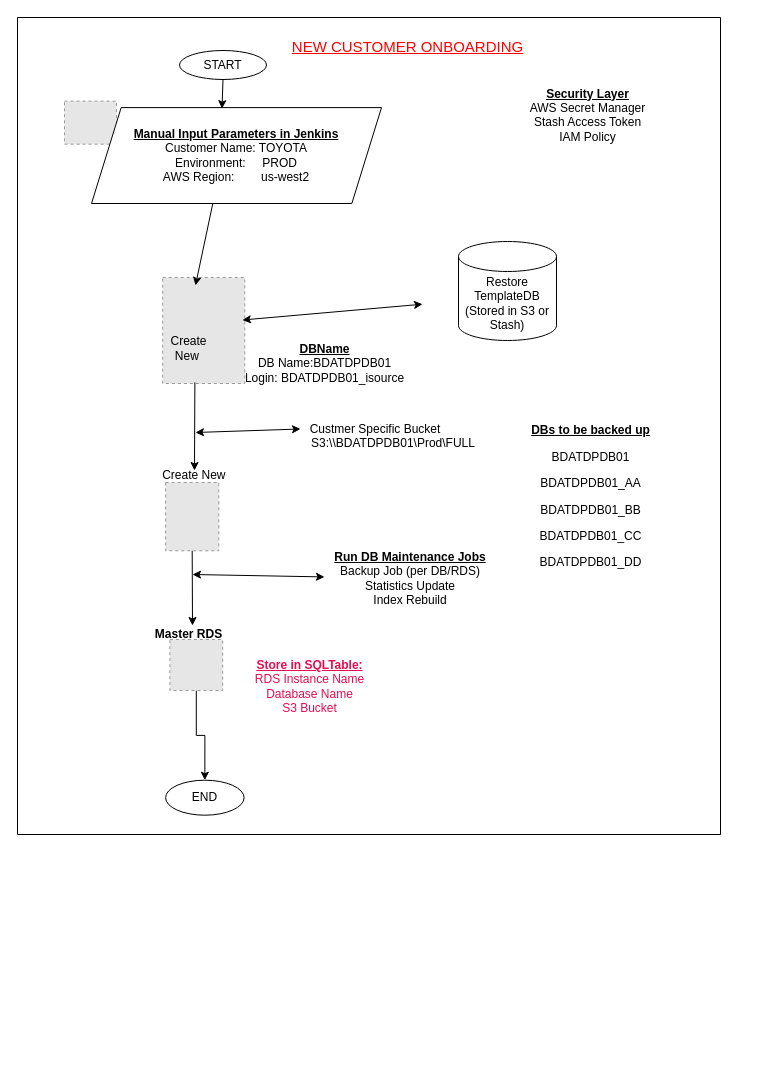
Ravi1983-dev/devopsdemo keeps this draw.io diagram as Untitled Diagram.drawio. Above is the earlier version. Source tidied: cells renumbered, new cells numbered last; positions are measured from the earlier drawing's top-left corner, leaving out a move shared by most shapes. Both pictures are drawn from the tidied source at 100%, with x=0, y=0 at pixel (17, 17). Pictures stored in the file or linked from it are replaced by grey dashed boxes.
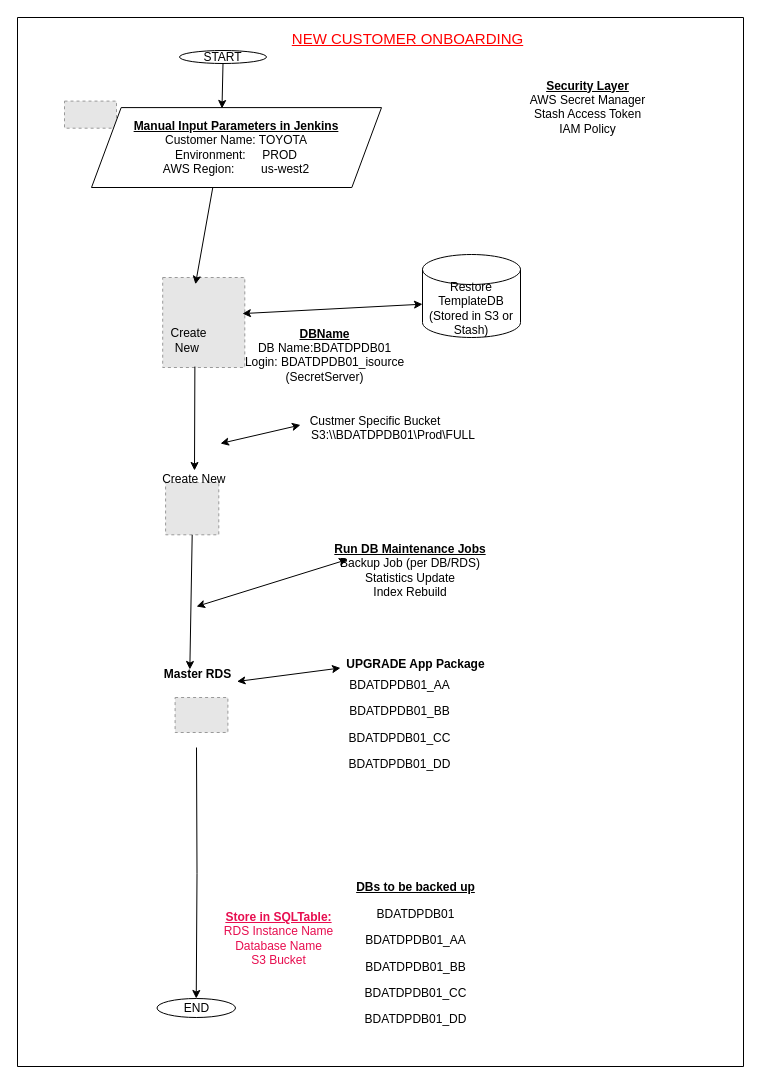
Above is the later version.

The edit, as a diff of the source:
```diff
@@
     <mxCell id="2" style="endArrow=classic;startArrow=classic;html=1;rounded=0;entryX=0;entryY=0.25;entryDx=0;entryDy=0;" parent="1" edge="1" target="7">
       <mxGeometry relative="1" as="geometry">
-        <mxPoint x="178" y="415" as="sourcePoint" />
+        <mxPoint x="203" y="426" as="sourcePoint" />
       </mxGeometry>
     </mxCell>
     <mxCell id="3" style="swimlane;startSize=0;" parent="1" vertex="1">
-      <mxGeometry width="703" height="817" as="geometry" />
+      <mxGeometry width="726" height="1049" as="geometry" />
     </mxCell>
     <mxCell id="4" value="&lt;font&gt;NEW CUSTOMER ONBOARDING&lt;/font&gt;" style="text;html=1;align=center;verticalAlign=middle;whiteSpace=wrap;rounded=0;fontSize=15;fontColor=#FF0000;fontStyle=4;" parent="3" vertex="1">
-      <mxGeometry x="271" y="14" width="239" height="30" as="geometry" />
+      <mxGeometry x="271" y="14" width="239" height="14" as="geometry" />
     </mxCell>
     <mxCell id="5" value="&lt;div&gt;&lt;b&gt;&lt;u&gt;Security Layer&lt;/u&gt;&lt;/b&gt;&lt;/div&gt;AWS Secret Manager&lt;div&gt;Stash Access Token&lt;/div&gt;&lt;div&gt;&lt;span style=&quot;background-color: transparent; color: light-dark(rgb(0, 0, 0), rgb(255, 255, 255));&quot;&gt;IAM Policy&lt;/span&gt;&lt;/div&gt;&lt;div&gt;&lt;br&gt;&lt;/div&gt;" style="text;html=1;align=center;verticalAlign=middle;whiteSpace=wrap;rounded=0;" parent="3" vertex="1">
-      <mxGeometry x="454" y="90.1" width="233" height="30" as="geometry" />
+      <mxGeometry x="454" y="90.1" width="233" height="14" as="geometry" />
     </mxCell>
-    <mxCell id="6" value="&lt;b&gt;&lt;u&gt;DBName&lt;/u&gt;&lt;/b&gt;&lt;div&gt;&lt;span&gt;DB Name:&lt;/span&gt;&lt;span style=&quot;background-color: transparent; color: light-dark(rgb(0, 0, 0), rgb(255, 255, 255));&quot;&gt;BDATDPDB01&lt;/span&gt;&lt;/div&gt;&lt;div&gt;&lt;span&gt;Login: BDATDPDB01_isource&lt;/span&gt;&lt;/div&gt;&lt;div&gt;&lt;br&gt;&lt;/div&gt;" style="text;html=1;align=center;verticalAlign=middle;whiteSpace=wrap;rounded=0;" parent="3" vertex="1">
-      <mxGeometry x="215.3" y="344" width="185" height="18" as="geometry" />
+    <mxCell id="6" value="&lt;b&gt;&lt;u&gt;DBName&lt;/u&gt;&lt;/b&gt;&lt;div&gt;&lt;span&gt;DB Name:&lt;/span&gt;&lt;span style=&quot;background-color: transparent; color: light-dark(rgb(0, 0, 0), rgb(255, 255, 255));&quot;&gt;BDATDPDB01&lt;/span&gt;&lt;/div&gt;&lt;div&gt;&lt;span&gt;Login: BDATDPDB01_isource (SecretServer)&lt;/span&gt;&lt;/div&gt;&lt;div&gt;&lt;br&gt;&lt;/div&gt;" style="text;html=1;align=center;verticalAlign=middle;whiteSpace=wrap;rounded=0;" parent="3" vertex="1">
+      <mxGeometry x="215.3" y="344" width="185" height="2" as="geometry" />
     </mxCell>
     <mxCell id="7" value="Custmer Specific Bucket&lt;div&gt;&lt;br&gt;&lt;/div&gt;" style="text;html=1;align=center;verticalAlign=middle;whiteSpace=wrap;rounded=0;" parent="3" vertex="1">
-      <mxGeometry x="283" y="404" width="150" height="30" as="geometry" />
+      <mxGeometry x="283" y="404" width="150" height="14" as="geometry" />
     </mxCell>
     <mxCell id="8" value="S3:\\&lt;span&gt;BDATDPDB01&lt;/span&gt;\Prod\FULL" style="text;html=1;align=center;verticalAlign=middle;whiteSpace=wrap;rounded=0;" parent="3" vertex="1">
-      <mxGeometry x="308" y="412" width="136" height="27" as="geometry" />
+      <mxGeometry x="308" y="412" width="136" height="11" as="geometry" />
     </mxCell>
     <mxCell id="9" style="fillColor=#E6E6E6;strokeColor=#999999;dashed=1;verticalLabelPosition=bottom;labelBackgroundColor=default;verticalAlign=top;" parent="3" vertex="1">
-      <mxGeometry x="47" y="83.6" width="52" height="43.1" as="geometry" />
+      <mxGeometry x="47" y="83.6" width="52" height="27.1" as="geometry" />
     </mxCell>
     <mxCell id="10" value="&lt;div&gt;&lt;b style=&quot;&quot;&gt;&lt;u&gt;Manual Input Parameters in Jenkins&lt;/u&gt;&lt;/b&gt;&lt;/div&gt;Customer Name: TOYOTA&lt;div&gt;Environment:&amp;nbsp; &amp;nbsp; &amp;nbsp;PROD&lt;/div&gt;&lt;div&gt;AWS Region:&amp;nbsp; &amp;nbsp; &amp;nbsp; &amp;nbsp; us-west2&lt;/div&gt;" style="shape=parallelogram;perimeter=parallelogramPerimeter;whiteSpace=wrap;html=1;fixedSize=1;size=29.66668701171875;" parent="3" vertex="1">
-      <mxGeometry x="74" y="90.1" width="290" height="95.9" as="geometry" />
+      <mxGeometry x="74" y="90.1" width="290" height="79.9" as="geometry" />
     </mxCell>
     <mxCell id="11" value="START" style="ellipse;whiteSpace=wrap;html=1;" parent="3" vertex="1">
-      <mxGeometry x="162" y="33" width="87" height="29" as="geometry" />
+      <mxGeometry x="162" y="33" width="87" height="13" as="geometry" />
     </mxCell>
@@
     <mxCell id="13" value="&lt;font style=&quot;color: light-dark(rgb(231, 13, 79), rgb(237, 237, 237));&quot;&gt;&lt;b&gt;&lt;u&gt;Store in SQLTable:&lt;/u&gt;&lt;/b&gt;&lt;/font&gt;&lt;div&gt;&lt;font style=&quot;color: light-dark(rgb(231, 13, 79), rgb(237, 237, 237));&quot;&gt;RDS Instance Name&lt;/font&gt;&lt;div&gt;&lt;font style=&quot;color: light-dark(rgb(231, 13, 79), rgb(237, 237, 237));&quot;&gt;Database Name&lt;/font&gt;&lt;/div&gt;&lt;div&gt;&lt;font style=&quot;color: light-dark(rgb(231, 13, 79), rgb(237, 237, 237));&quot;&gt;S3 Bucket&lt;/font&gt;&lt;/div&gt;&lt;/div&gt;" style="text;html=1;align=center;verticalAlign=middle;whiteSpace=wrap;rounded=0;" parent="3" vertex="1">
-      <mxGeometry x="226.1" y="628" width="132.9" height="81" as="geometry" />
+      <mxGeometry x="195" y="888" width="132.9" height="65" as="geometry" />
     </mxCell>
     <mxCell id="14" style="fillColor=#E6E6E6;strokeColor=#999999;dashed=1;verticalLabelPosition=bottom;labelBackgroundColor=default;verticalAlign=top;" parent="3" vertex="1">
-      <mxGeometry x="145.2" y="260" width="82.1" height="106" as="geometry" />
+      <mxGeometry x="145.2" y="260" width="82.1" height="90" as="geometry" />
     </mxCell>
     <mxCell id="15" style="fillColor=#E6E6E6;strokeColor=#999999;dashed=1;verticalLabelPosition=bottom;labelBackgroundColor=default;verticalAlign=top;" parent="3" vertex="1">
-      <mxGeometry x="148.1" y="465" width="53.2" height="68.3" as="geometry" />
+      <mxGeometry x="148.1" y="465" width="53.2" height="52.3" as="geometry" />
     </mxCell>
     <mxCell id="16" value="Create New&amp;nbsp;" style="text;html=1;align=center;verticalAlign=middle;whiteSpace=wrap;rounded=0;" parent="3" vertex="1">
-      <mxGeometry x="142.3" y="443" width="73" height="30" as="geometry" />
+      <mxGeometry x="142.3" y="455" width="73" height="14" as="geometry" />
     </mxCell>
@@
     <mxCell id="18" value="Create New&amp;nbsp;" style="text;html=1;align=center;verticalAlign=middle;whiteSpace=wrap;rounded=0;" parent="3" vertex="1">
-      <mxGeometry x="142.3" y="316" width="59" height="30" as="geometry" />
+      <mxGeometry x="142.3" y="316" width="59" height="14" as="geometry" />
     </mxCell>
@@
     <mxCell id="20" value="END" style="ellipse;whiteSpace=wrap;html=1;" parent="3" vertex="1">
-      <mxGeometry x="148.1" y="762.7" width="78.5" height="35" as="geometry" />
+      <mxGeometry x="139.5" y="981" width="78.5" height="19" as="geometry" />
     </mxCell>
-    <mxCell id="21" style="edgeStyle=orthogonalEdgeStyle;rounded=0;jettySize=auto;html=1;entryX=0.5;entryY=0;entryDx=0;entryDy=0;" parent="3" edge="1" source="22" target="20">
-      <mxGeometry relative="1" as="geometry" />
+    <mxCell id="21" style="edgeStyle=orthogonalEdgeStyle;rounded=0;jettySize=auto;html=1;entryX=0.5;entryY=0;entryDx=0;entryDy=0;" parent="3" edge="1" target="20">
+      <mxGeometry relative="1" as="geometry">
+        <mxPoint x="179" y="730" as="sourcePoint" />
+      </mxGeometry>
     </mxCell>
     <mxCell id="22" style="fillColor=#E6E6E6;strokeColor=#999999;dashed=1;verticalLabelPosition=bottom;labelBackgroundColor=default;verticalAlign=top;" parent="3" vertex="1">
-      <mxGeometry x="152.4" y="622" width="52.8" height="51" as="geometry" />
+      <mxGeometry x="157.6" y="680" width="52.8" height="35" as="geometry" />
     </mxCell>
     <mxCell id="23" value="&lt;b&gt;Master RDS&lt;/b&gt;" style="text;html=1;align=center;verticalAlign=middle;whiteSpace=wrap;rounded=0;" parent="3" vertex="1">
-      <mxGeometry x="133.2" y="602" width="77.2" height="30" as="geometry" />
+      <mxGeometry x="142.3" y="650" width="77.2" height="14" as="geometry" />
     </mxCell>
-    <mxCell id="24" style="endArrow=classic;html=1;rounded=0;exitX=0.5;exitY=1;exitDx=0;exitDy=0;" parent="3" edge="1" source="15">
-      <mxGeometry relative="1" as="geometry">
-        <mxPoint x="175" y="608" as="targetPoint" />
-      </mxGeometry>
+    <mxCell id="24" style="endArrow=classic;html=1;rounded=0;exitX=0.5;exitY=1;exitDx=0;exitDy=0;entryX=0.389;entryY=0.141;entryDx=0;entryDy=0;entryPerimeter=0;" parent="3" edge="1" source="15" target="23">
+      <mxGeometry relative="1" as="geometry" />
     </mxCell>
@@
     <mxCell id="26" value="&lt;b&gt;&lt;u&gt;Run DB Maintenance Jobs&lt;/u&gt;&lt;/b&gt;&lt;div&gt;Backup Job (per DB/RDS)&lt;/div&gt;&lt;div&gt;Statistics Update&lt;b&gt;&lt;u&gt;&lt;/u&gt;&lt;/b&gt;&lt;/div&gt;&lt;div&gt;Index Rebuild&lt;/div&gt;" style="text;html=1;align=center;verticalAlign=middle;whiteSpace=wrap;rounded=0;" parent="3" vertex="1">
-      <mxGeometry x="307" y="546" width="172" height="30" as="geometry" />
+      <mxGeometry x="307" y="546" width="172" height="14" as="geometry" />
     </mxCell>
-    <mxCell id="27" value="&lt;span&gt;&lt;p&gt;&lt;b&gt;&lt;u&gt;DBs to be backed up&lt;/u&gt;&lt;/b&gt;&lt;/p&gt;&lt;p&gt;BDATDPDB01&lt;/p&gt;&lt;p&gt;&lt;span style=&quot;background-color: transparent; color: light-dark(rgb(0, 0, 0), rgb(255, 255, 255));&quot;&gt;BDATDPDB01_AA&lt;/span&gt;&lt;/p&gt;&lt;p&gt;BDATDPDB01_BB&lt;/p&gt;&lt;p&gt;BDATDPDB01_CC&lt;/p&gt;&lt;p&gt;BDATDPDB01_DD&lt;/p&gt;&lt;/span&gt;" style="text;html=1;align=center;verticalAlign=middle;whiteSpace=wrap;rounded=0;" parent="3" vertex="1">
-      <mxGeometry x="506" y="469" width="135" height="20" as="geometry" />
+    <mxCell id="27" value="&lt;span&gt;&lt;p&gt;&lt;span style=&quot;background-color: transparent; color: light-dark(rgb(0, 0, 0), rgb(255, 255, 255));&quot;&gt;BDATDPDB01_AA&lt;/span&gt;&lt;/p&gt;&lt;p&gt;BDATDPDB01_BB&lt;/p&gt;&lt;p&gt;BDATDPDB01_CC&lt;/p&gt;&lt;p&gt;BDATDPDB01_DD&lt;/p&gt;&lt;/span&gt;" style="text;html=1;align=center;verticalAlign=middle;whiteSpace=wrap;rounded=0;" parent="3" vertex="1">
+      <mxGeometry x="315" y="705" width="135" height="4" as="geometry" />
     </mxCell>
     <mxCell id="28" value="Restore TemplateDB&lt;div&gt;(Stored in S3 or Stash)&lt;/div&gt;" style="shape=cylinder3;whiteSpace=wrap;html=1;boundedLbl=1;backgroundOutline=1;size=15;" parent="3" vertex="1">
-      <mxGeometry x="441" y="224" width="98" height="99" as="geometry" />
+      <mxGeometry x="405" y="237" width="98" height="83" as="geometry" />
     </mxCell>
+    <mxCell id="30" value="UPGRADE App Package" style="text;html=1;align=center;verticalAlign=middle;whiteSpace=wrap;rounded=0;fontStyle=1;" parent="3" vertex="1">
+      <mxGeometry x="323" y="640" width="151" height="14" as="geometry" />
+    </mxCell>
+    <mxCell id="31" style="endArrow=classic;startArrow=classic;html=1;rounded=0;exitX=1;exitY=1;exitDx=0;exitDy=0;entryX=0;entryY=0.75;entryDx=0;entryDy=0;" parent="3" edge="1" source="23" target="30">
+      <mxGeometry relative="1" as="geometry" />
+    </mxCell>
+    <mxCell id="32" value="&lt;span&gt;&lt;p&gt;&lt;b&gt;&lt;u&gt;DBs to be backed up&lt;/u&gt;&lt;/b&gt;&lt;/p&gt;&lt;p&gt;BDATDPDB01&lt;/p&gt;&lt;p&gt;&lt;span style=&quot;background-color: transparent; color: light-dark(rgb(0, 0, 0), rgb(255, 255, 255));&quot;&gt;BDATDPDB01_AA&lt;/span&gt;&lt;/p&gt;&lt;p&gt;BDATDPDB01_BB&lt;/p&gt;&lt;p&gt;BDATDPDB01_CC&lt;/p&gt;&lt;p&gt;BDATDPDB01_DD&lt;/p&gt;&lt;/span&gt;" style="text;html=1;align=center;verticalAlign=middle;whiteSpace=wrap;rounded=0;" parent="3" vertex="1">
+      <mxGeometry x="331" y="934" width="135" height="4" as="geometry" />
+    </mxCell>
-    <mxCell id="29" style="endArrow=classic;startArrow=classic;html=1;rounded=0;" parent="1" edge="1" target="26">
+    <mxCell id="29" style="endArrow=classic;startArrow=classic;html=1;rounded=0;" parent="1" edge="1">
       <mxGeometry relative="1" as="geometry">
-        <mxPoint x="175" y="557" as="sourcePoint" />
+        <mxPoint x="179" y="589" as="sourcePoint" />
+        <mxPoint x="330" y="542" as="targetPoint" />
       </mxGeometry>
     </mxCell>
```
